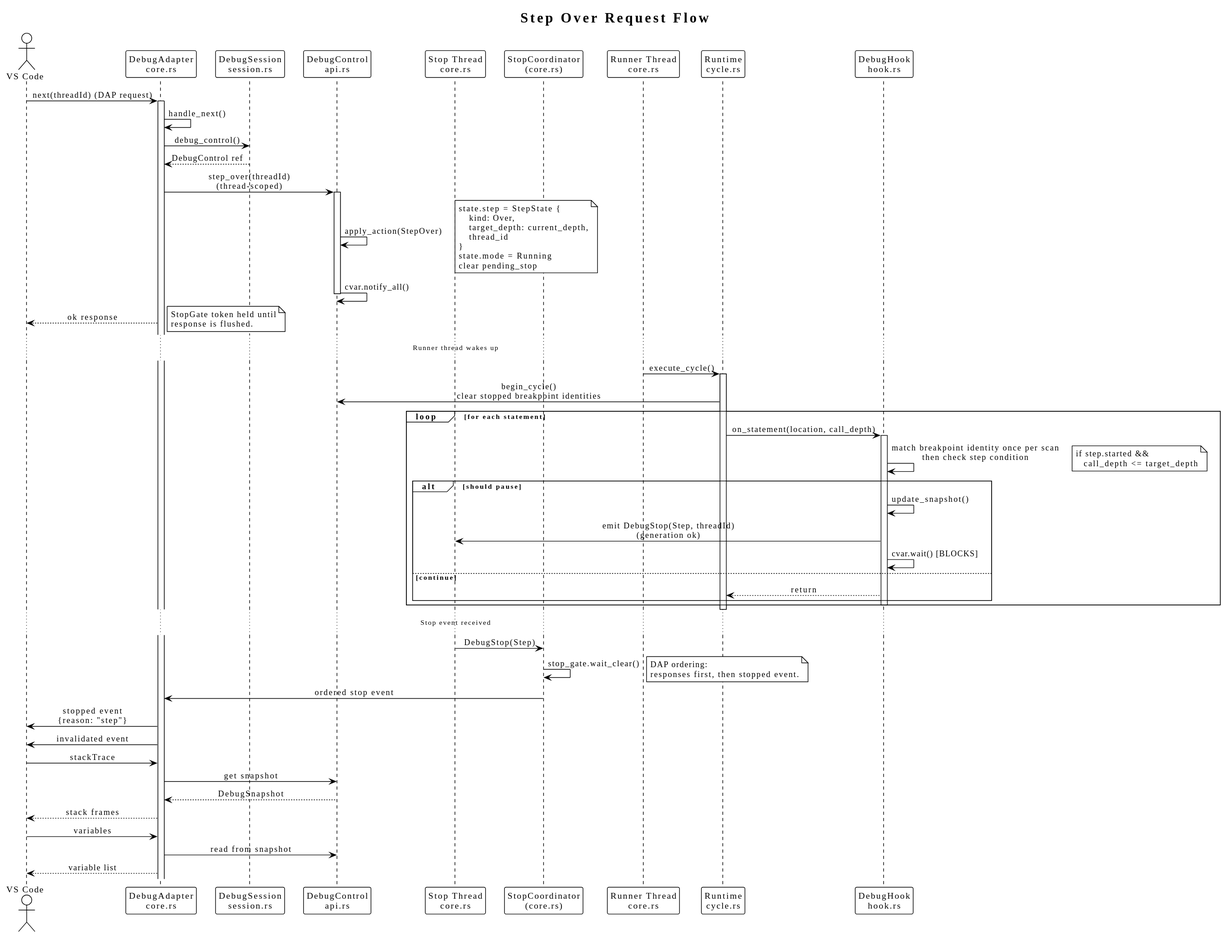
Earlier version of the PlantUML export docs/diagrams/generated/step-over-sequence.svg (johannesPettersson80/trust-platform).
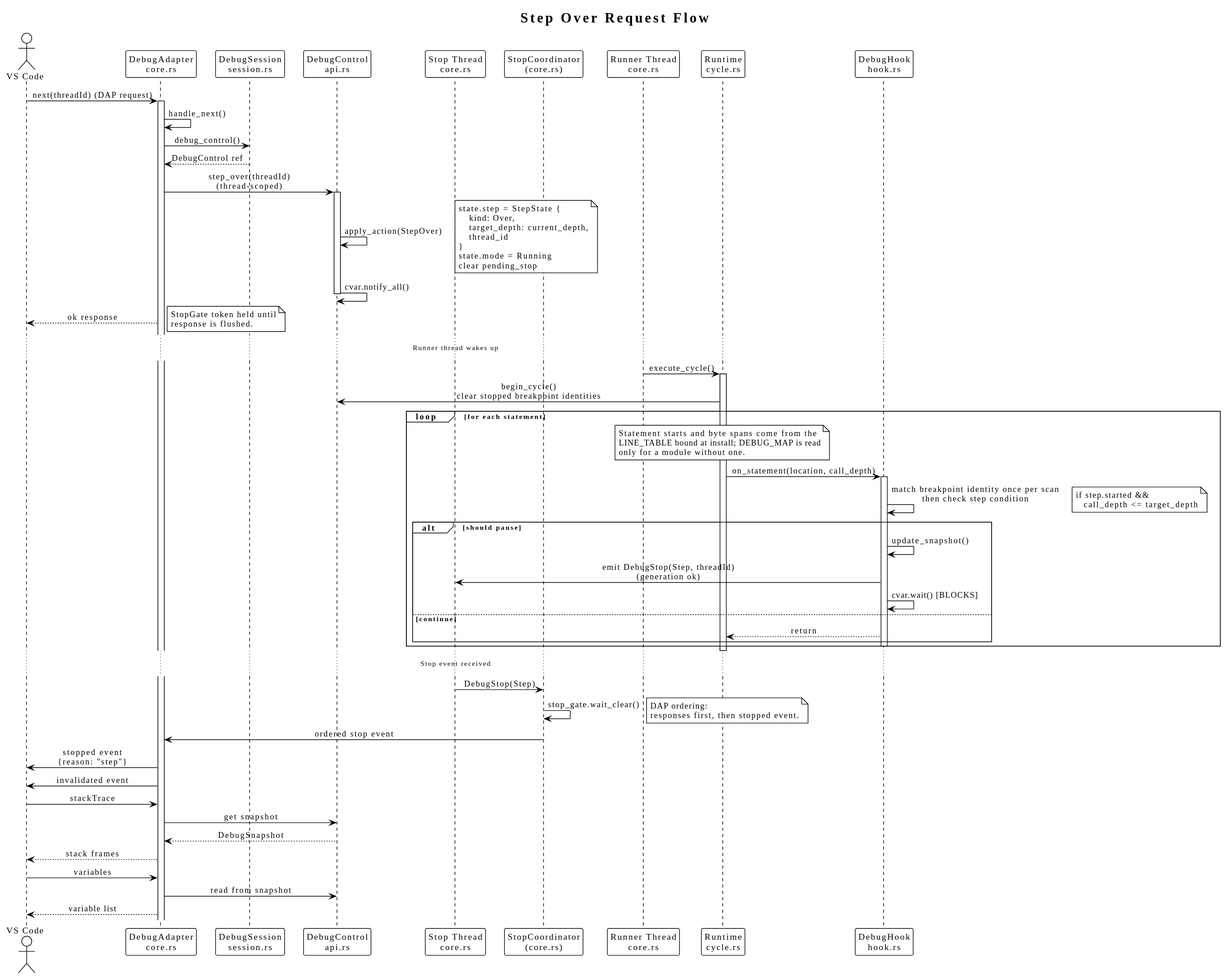
Later version of the same file.

The edit, as a diff of the source:
```diff
@@ -49,6 +49,11 @@
 runtime -> control : begin_cycle()\nclear stopped breakpoint identities
 
 loop for each statement
+    note over runtime
+        Statement starts and byte spans come from the
+        LINE_TABLE bound at install; DEBUG_MAP is read
+        only for a module without one.
+    end note
     runtime -> hook : on_statement(location, call_depth)
     activate hook
 
```
